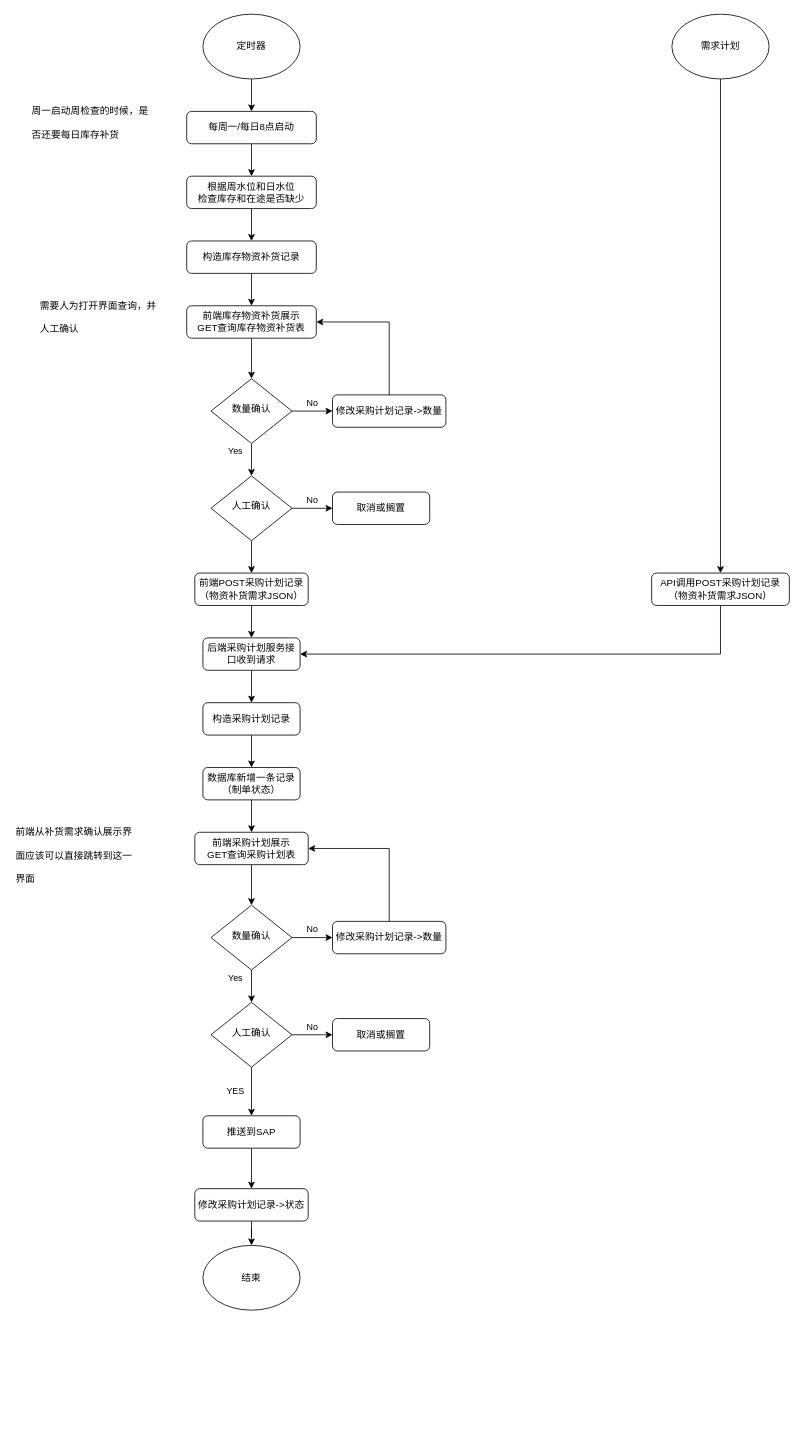
The draw.io diagram APS.drawio in CongMinYin/flow, before the edit. Source tidied: cells renumbered, new cells numbered last; positions are measured from the earlier drawing's top-left corner, leaving out a move shared by most shapes. Both pictures are drawn from the tidied source at 81%, with x=0, y=0 at pixel (14, 14).
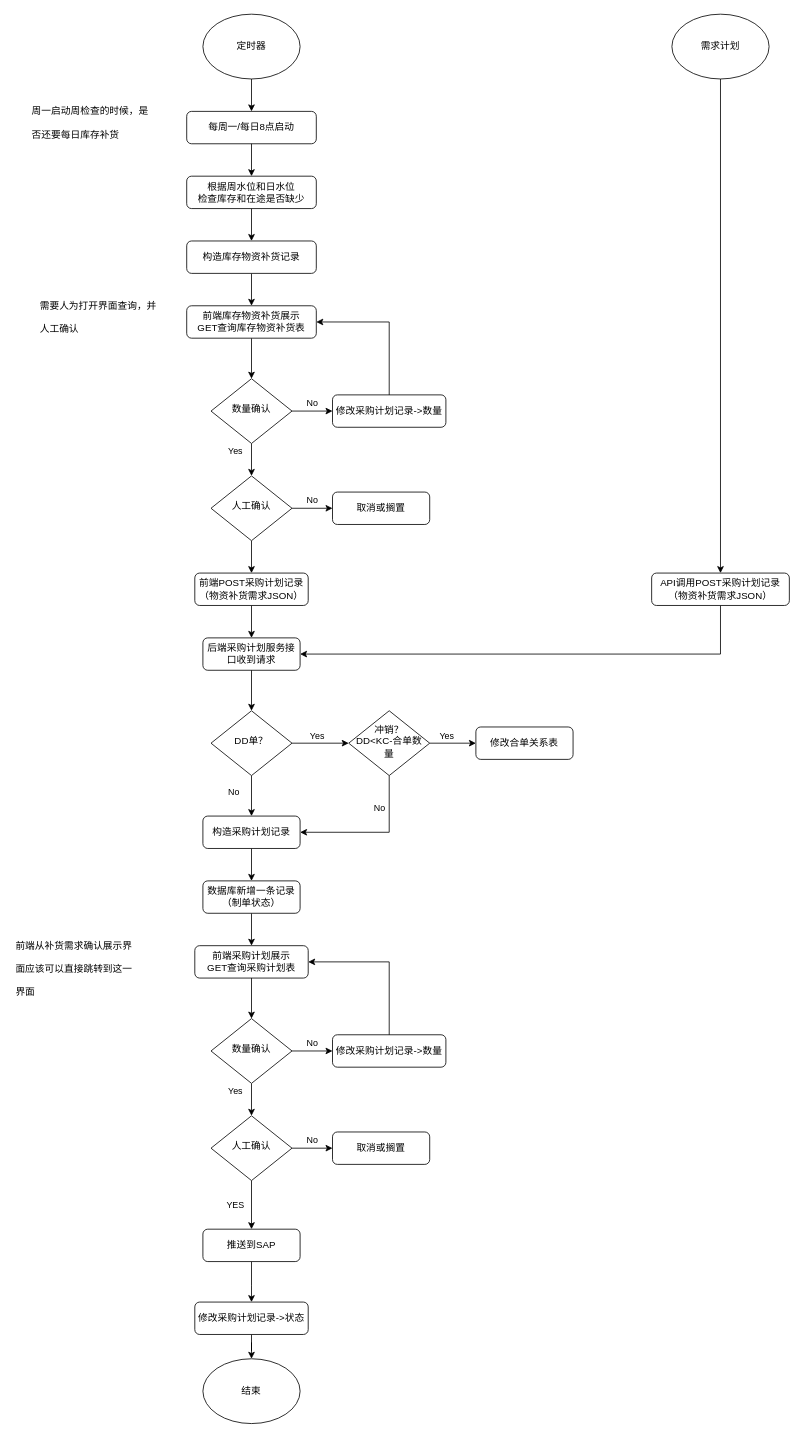
The same page after the edit.

The change refers to these unchanged cells:
```xml
<mxCell id="23" value="后端采购计划服务接口收到请求" style="rounded=1;whiteSpace=wrap;html=1;fontSize=12;glass=0;strokeWidth=1;shadow=0;" parent="1" vertex="1">
  <mxGeometry x="233" y="770" width="120" height="40" as="geometry" />
</mxCell>
```

Change to the diagram source:
```diff
@@
     <mxCell id="3" value="前端采购计划展示&lt;div&gt;GET查询采购计划表&lt;/div&gt;" style="rounded=1;whiteSpace=wrap;html=1;fontSize=12;glass=0;strokeWidth=1;shadow=0;" parent="1" vertex="1">
-      <mxGeometry x="223" y="1010" width="140" height="40" as="geometry" />
+      <mxGeometry x="223" y="1150" width="140" height="40" as="geometry" />
     </mxCell>
@@
     <mxCell id="6" value="数量确认" style="rhombus;whiteSpace=wrap;html=1;shadow=0;fontFamily=Helvetica;fontSize=12;align=center;strokeWidth=1;spacing=6;spacingTop=-4;" parent="1" vertex="1">
-      <mxGeometry x="243" y="1100" width="100" height="80" as="geometry" />
+      <mxGeometry x="243" y="1240" width="100" height="80" as="geometry" />
     </mxCell>
     <mxCell id="7" value="修改采购计划记录-&amp;gt;数量" style="rounded=1;whiteSpace=wrap;html=1;fontSize=12;glass=0;strokeWidth=1;shadow=0;" parent="1" vertex="1">
-      <mxGeometry x="393" y="1120" width="140" height="40" as="geometry" />
+      <mxGeometry x="393" y="1260" width="140" height="40" as="geometry" />
     </mxCell>
@@
     <mxCell id="10" value="人工确认" style="rhombus;whiteSpace=wrap;html=1;shadow=0;fontFamily=Helvetica;fontSize=12;align=center;strokeWidth=1;spacing=6;spacingTop=-4;" parent="1" vertex="1">
-      <mxGeometry x="243" y="1220" width="100" height="80" as="geometry" />
+      <mxGeometry x="243" y="1360" width="100" height="80" as="geometry" />
     </mxCell>
     <mxCell id="11" style="edgeStyle=orthogonalEdgeStyle;rounded=0;jettySize=auto;html=1;exitX=0.5;exitY=1;exitDx=0;exitDy=0;entryX=0.5;entryY=0;entryDx=0;entryDy=0;" parent="1" edge="1" source="12" target="16">
       <mxGeometry relative="1" as="geometry">
         <Array as="points">
-          <mxPoint x="293" y="1430" />
-          <mxPoint x="293" y="1430" />
+          <mxPoint x="293" y="1570" />
+          <mxPoint x="293" y="1570" />
         </Array>
       </mxGeometry>
     </mxCell>
     <mxCell id="12" value="推送到SAP" style="rounded=1;whiteSpace=wrap;html=1;fontSize=12;glass=0;strokeWidth=1;shadow=0;" parent="1" vertex="1">
-      <mxGeometry x="233" y="1360" width="120" height="40" as="geometry" />
+      <mxGeometry x="233" y="1500" width="120" height="40" as="geometry" />
     </mxCell>
     <mxCell id="13" value="取消或搁置" style="rounded=1;whiteSpace=wrap;html=1;fontSize=12;glass=0;strokeWidth=1;shadow=0;" parent="1" vertex="1">
-      <mxGeometry x="393" y="1240" width="120" height="40" as="geometry" />
+      <mxGeometry x="393" y="1380" width="120" height="40" as="geometry" />
     </mxCell>
     <mxCell id="14" style="edgeStyle=orthogonalEdgeStyle;rounded=0;html=1;jettySize=auto;fontSize=11;endArrow=classic;endFill=1;endSize=6;strokeWidth=1;shadow=0;labelBackgroundColor=none;exitX=0.5;exitY=0;exitDx=0;exitDy=0;entryX=1;entryY=0.5;entryDx=0;entryDy=0;" parent="1" edge="1" source="7" target="3">
       <mxGeometry y="10" relative="1" as="geometry">
         <Array as="points">
-          <mxPoint x="463" y="1030" />
+          <mxPoint x="463" y="1170" />
         </Array>
       </mxGeometry>
     </mxCell>
@@
     <mxCell id="16" value="修改采购计划记录-&amp;gt;状态" style="rounded=1;whiteSpace=wrap;html=1;fontSize=12;glass=0;strokeWidth=1;shadow=0;" parent="1" vertex="1">
-      <mxGeometry x="223" y="1450" width="140" height="40" as="geometry" />
+      <mxGeometry x="223" y="1590" width="140" height="40" as="geometry" />
     </mxCell>
     <mxCell id="17" value="结束" style="ellipse;whiteSpace=wrap;html=1;" parent="1" vertex="1">
-      <mxGeometry x="233" y="1520" width="120" height="80" as="geometry" />
+      <mxGeometry x="233" y="1660" width="120" height="80" as="geometry" />
     </mxCell>
@@
     <mxCell id="19" value="数据库新增一条记录（制单状态）" style="rounded=1;whiteSpace=wrap;html=1;fontSize=12;glass=0;strokeWidth=1;shadow=0;" parent="1" vertex="1">
-      <mxGeometry x="233" y="930" width="120" height="40" as="geometry" />
+      <mxGeometry x="233" y="1070" width="120" height="40" as="geometry" />
     </mxCell>
@@
     <mxCell id="21" value="构造采购计划记录" style="rounded=1;whiteSpace=wrap;html=1;fontSize=12;glass=0;strokeWidth=1;shadow=0;" parent="1" vertex="1">
-      <mxGeometry x="233" y="850" width="120" height="40" as="geometry" />
+      <mxGeometry x="233" y="990" width="120" height="40" as="geometry" />
     </mxCell>
-    <mxCell id="22" style="edgeStyle=orthogonalEdgeStyle;rounded=0;jettySize=auto;html=1;exitX=0.5;exitY=1;exitDx=0;exitDy=0;entryX=0.5;entryY=0;entryDx=0;entryDy=0;" parent="1" edge="1" source="23" target="21">
+    <mxCell id="22" style="edgeStyle=orthogonalEdgeStyle;rounded=0;jettySize=auto;html=1;exitX=0.5;exitY=1;exitDx=0;exitDy=0;entryX=0.5;entryY=0;entryDx=0;entryDy=0;" parent="1" edge="1" source="61" target="21">
       <mxGeometry relative="1" as="geometry" />
     </mxCell>
+    <mxCell id="52" value="No" style="edgeLabel;html=1;align=center;verticalAlign=middle;" parent="22" vertex="1">
+      <mxGeometry x="-0.43" y="1" relative="1" as="geometry">
+        <mxPoint x="-24" y="6" as="offset" />
+      </mxGeometry>
+    </mxCell>
@@
     <mxCell id="37" value="&lt;h1 style=&quot;margin-top: 0px;&quot;&gt;&lt;span style=&quot;background-color: transparent; color: light-dark(rgb(0, 0, 0), rgb(255, 255, 255)); font-size: 12px; font-weight: normal;&quot;&gt;前端从补货需求确认展示界面应该可以直接跳转到这一界面&lt;/span&gt;&lt;/h1&gt;" style="text;html=1;whiteSpace=wrap;overflow=hidden;rounded=0;" parent="1" vertex="1">
-      <mxGeometry y="985" width="150" height="90" as="geometry" />
+      <mxGeometry y="1125" width="150" height="90" as="geometry" />
     </mxCell>
@@
+    <mxCell id="53" style="edgeStyle=orthogonalEdgeStyle;rounded=0;jettySize=auto;html=1;exitX=0.5;exitY=1;exitDx=0;exitDy=0;entryX=1;entryY=0.5;entryDx=0;entryDy=0;" parent="1" edge="1" source="57" target="21">
+      <mxGeometry relative="1" as="geometry" />
+    </mxCell>
+    <mxCell id="54" value="No" style="edgeLabel;html=1;align=center;verticalAlign=middle;" parent="53" vertex="1">
+      <mxGeometry x="-0.57" y="3" relative="1" as="geometry">
+        <mxPoint x="-16" as="offset" />
+      </mxGeometry>
+    </mxCell>
+    <mxCell id="55" style="edgeStyle=orthogonalEdgeStyle;rounded=0;jettySize=auto;html=1;exitX=1;exitY=0.5;exitDx=0;exitDy=0;entryX=0;entryY=0.5;entryDx=0;entryDy=0;" parent="1" edge="1" source="57" target="62">
+      <mxGeometry relative="1" as="geometry" />
+    </mxCell>
+    <mxCell id="56" value="Yes" style="edgeLabel;html=1;align=center;verticalAlign=middle;" parent="55" vertex="1">
+      <mxGeometry x="-0.23" y="3" relative="1" as="geometry">
+        <mxPoint x="-2" y="-7" as="offset" />
+      </mxGeometry>
+    </mxCell>
+    <mxCell id="57" value="冲销？&lt;div&gt;DD&amp;lt;KC-合单数量&lt;/div&gt;" style="rhombus;whiteSpace=wrap;html=1;shadow=0;fontFamily=Helvetica;fontSize=12;align=center;strokeWidth=1;spacing=6;spacingTop=-4;" parent="1" vertex="1">
+      <mxGeometry x="413" y="860" width="100" height="80" as="geometry" />
+    </mxCell>
+    <mxCell id="58" style="edgeStyle=orthogonalEdgeStyle;rounded=0;jettySize=auto;html=1;exitX=0.5;exitY=1;exitDx=0;exitDy=0;entryX=0.5;entryY=0;entryDx=0;entryDy=0;" parent="1" edge="1" source="23" target="61">
+      <mxGeometry relative="1" as="geometry" />
+    </mxCell>
+    <mxCell id="59" style="edgeStyle=orthogonalEdgeStyle;rounded=0;jettySize=auto;html=1;exitX=1;exitY=0.5;exitDx=0;exitDy=0;entryX=0;entryY=0.5;entryDx=0;entryDy=0;" parent="1" edge="1" source="61" target="57">
+      <mxGeometry relative="1" as="geometry" />
+    </mxCell>
+    <mxCell id="60" value="Yes" style="edgeLabel;html=1;align=center;verticalAlign=middle;" parent="59" vertex="1">
+      <mxGeometry x="-0.14" y="1" relative="1" as="geometry">
+        <mxPoint y="-9" as="offset" />
+      </mxGeometry>
+    </mxCell>
+    <mxCell id="61" value="DD单？" style="rhombus;whiteSpace=wrap;html=1;shadow=0;fontFamily=Helvetica;fontSize=12;align=center;strokeWidth=1;spacing=6;spacingTop=-4;" parent="1" vertex="1">
+      <mxGeometry x="243" y="860" width="100" height="80" as="geometry" />
+    </mxCell>
+    <mxCell id="62" value="修改合单关系表" style="rounded=1;whiteSpace=wrap;html=1;fontSize=12;glass=0;strokeWidth=1;shadow=0;" parent="1" vertex="1">
+      <mxGeometry x="570" y="880" width="120" height="40" as="geometry" />
+    </mxCell>
```
